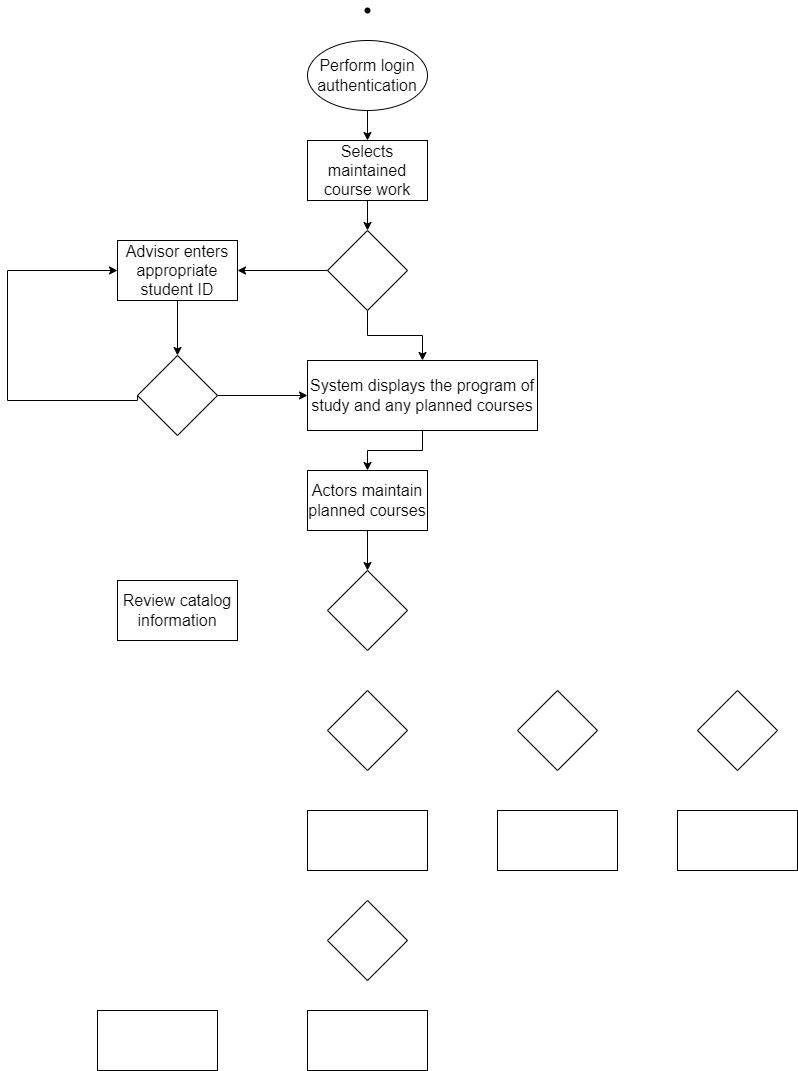
The draw.io diagram Chương 1.png in datnham0212/learning, before a commit. Source tidied: cells renumbered, new cells last; positions are measured from the earlier drawing's top-left corner, leaving out a move shared by most shapes.
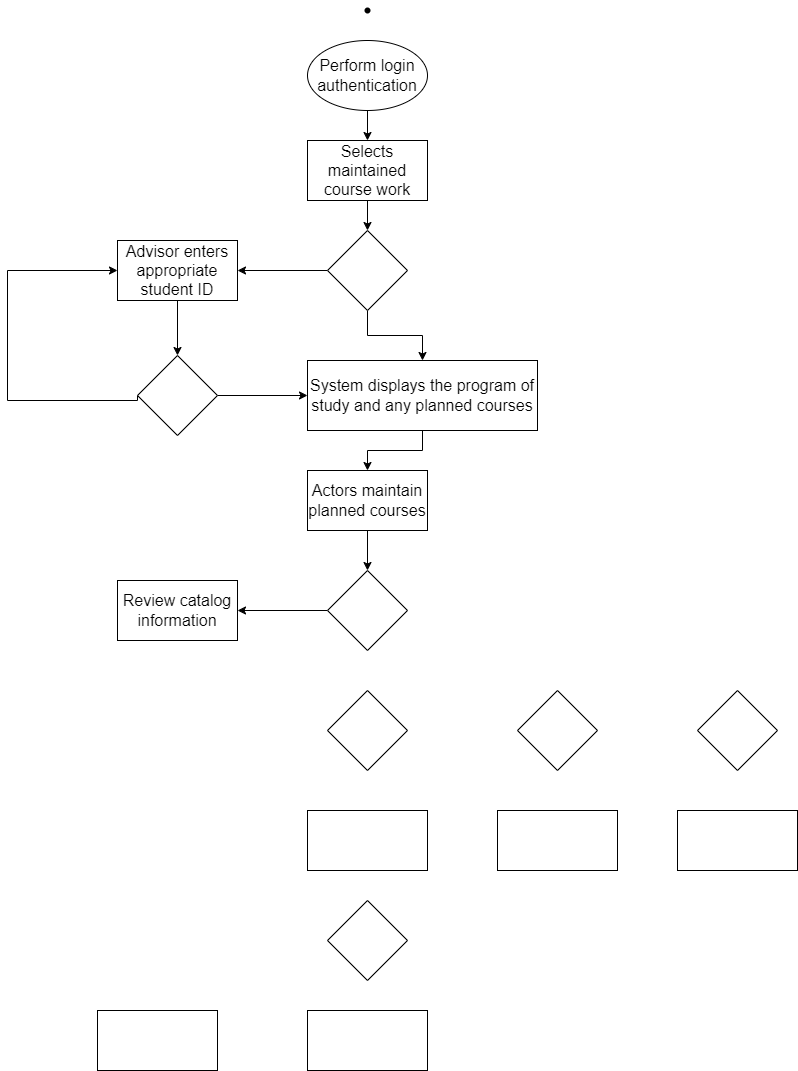
The same diagram one commit later.

Diff of the diagram source:
```diff
@@ -65,6 +65,9 @@
     <mxCell id="20" style="rounded=0;whiteSpace=wrap;html=1;fontSize=16;" parent="1" vertex="1">
       <mxGeometry x="300" y="810" width="120" height="60" as="geometry" />
     </mxCell>
+    <mxCell id="30" style="edgeStyle=orthogonalEdgeStyle;rounded=0;jettySize=auto;html=1;entryX=1;entryY=0.5;entryDx=0;entryDy=0;" parent="1" edge="1" source="21" target="19">
+      <mxGeometry relative="1" as="geometry" />
+    </mxCell>
     <mxCell id="21" style="rhombus;whiteSpace=wrap;html=1;fontSize=16;" parent="1" vertex="1">
       <mxGeometry x="320" y="570" width="80" height="80" as="geometry" />
     </mxCell>
```
